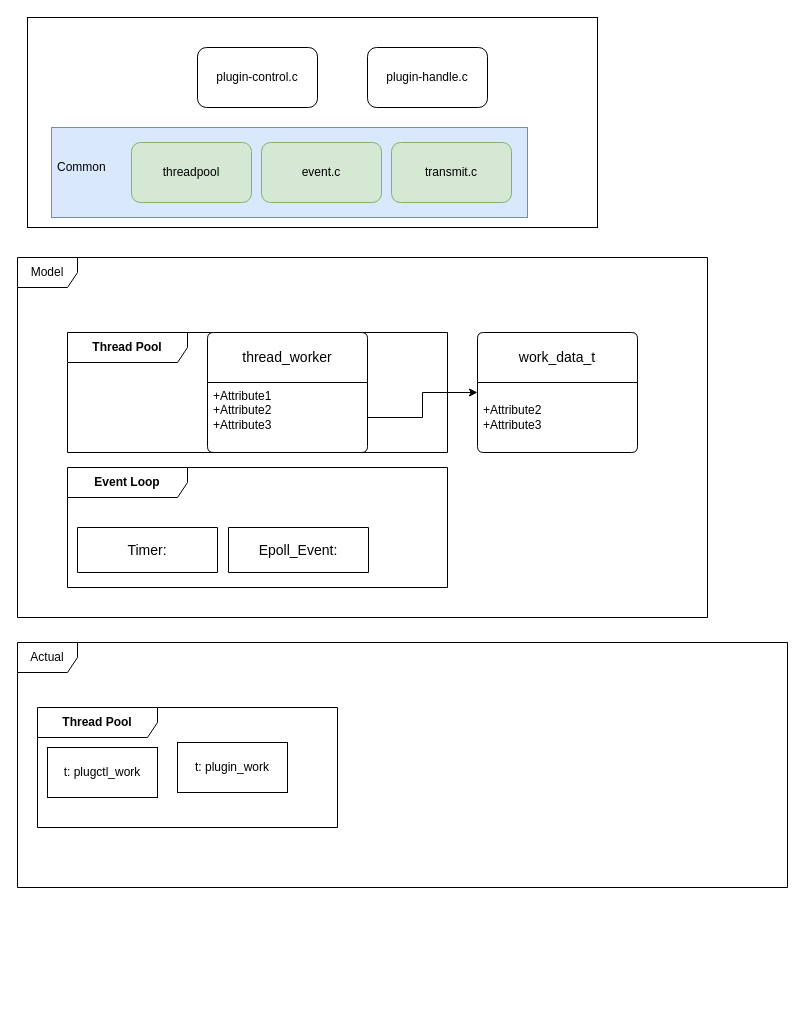
Above: page "frame" (3 of 3) of gw-mtk/mobile_manager.drawio in waterwatermelon/graph (draw.io), before the change. Source tidied: cells renumbered, new cells numbered last; positions are measured from the earlier drawing's top-left corner, leaving out a move shared by most shapes. Both pictures are drawn from the tidied source at 100%, with x=0, y=0 at pixel (17, 17).
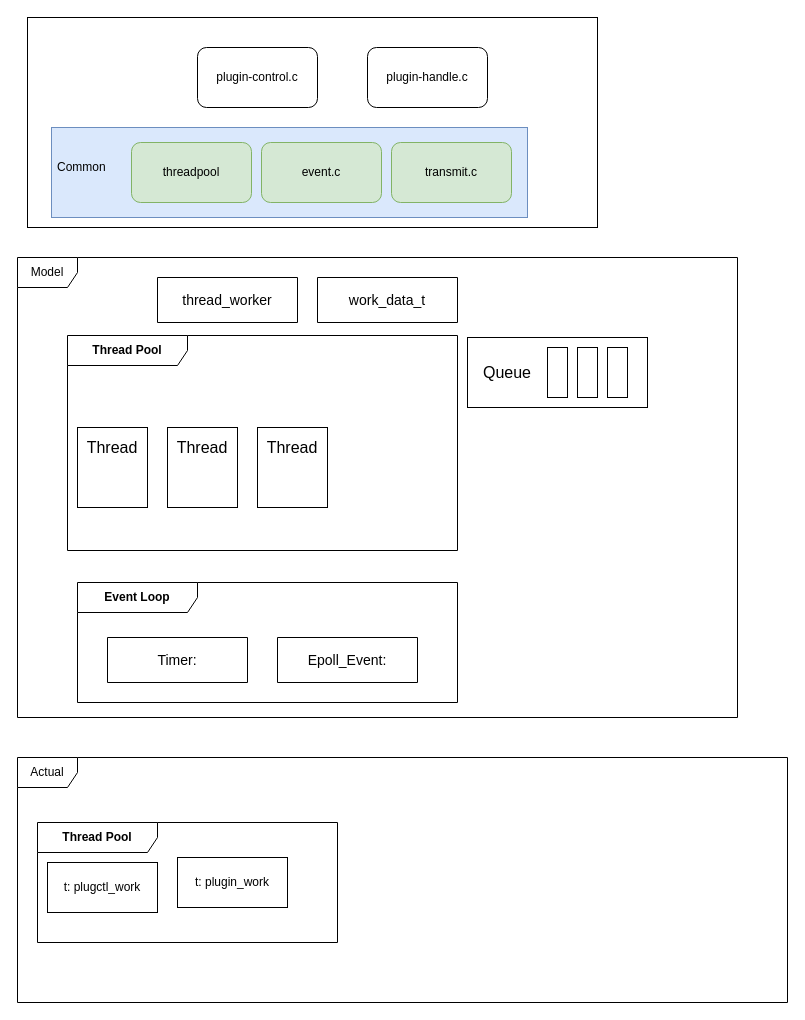
Above is the later version.

What changed in the source:
```diff
@@
     <mxCell id="2" value="&lt;font style=&quot;font-size: 12px;&quot;&gt;&lt;b&gt;Thread Pool&lt;/b&gt;&lt;/font&gt;" style="shape=umlFrame;whiteSpace=wrap;html=1;width=120;height=30;" parent="1" vertex="1">
-      <mxGeometry x="50" y="315" width="380" height="120" as="geometry" />
+      <mxGeometry x="50" y="318" width="390" height="215" as="geometry" />
     </mxCell>
-    <mxCell id="3" value="thread_worker" style="swimlane;horizontal=1;startSize=50;rounded=1;fontSize=14;fontStyle=0;strokeWidth=1;shadow=0;dashed=0;align=center;arcSize=4;whiteSpace=wrap;html=1;" parent="1" vertex="1">
-      <mxGeometry x="190" y="315" width="160" height="120" as="geometry" />
+    <mxCell id="3" value="thread_worker" style="swimlane;horizontal=1;startSize=50;rounded=1;fontSize=14;fontStyle=0;strokeWidth=1;shadow=0;dashed=0;align=center;arcSize=4;whiteSpace=wrap;html=1;" parent="1" vertex="1" collapsed="1">
+      <mxGeometry x="140" y="260" width="140" height="45" as="geometry" />
     </mxCell>
-    <mxCell id="4" value="+Attribute1&#10;+Attribute2&#10;+Attribute3" style="align=left;strokeColor=none;fillColor=none;spacingLeft=4;fontSize=12;verticalAlign=top;html=1;" parent="3" vertex="1">
-      <mxGeometry y="50" width="160" height="70" as="geometry" />
-    </mxCell>
@@
-    <mxCell id="14" value="work_data_t" style="swimlane;horizontal=1;startSize=50;rounded=1;fontSize=14;fontStyle=0;strokeWidth=1;shadow=0;dashed=0;align=center;arcSize=4;whiteSpace=wrap;html=1;" parent="1" vertex="1">
-      <mxGeometry x="460" y="315" width="160" height="120" as="geometry" />
+    <mxCell id="14" value="work_data_t" style="swimlane;horizontal=1;startSize=50;rounded=1;fontSize=14;fontStyle=0;strokeWidth=1;shadow=0;dashed=0;align=center;arcSize=4;whiteSpace=wrap;html=1;" parent="1" vertex="1" collapsed="1">
+      <mxGeometry x="300" y="260" width="140" height="45" as="geometry" />
     </mxCell>
-    <mxCell id="15" value="&lt;br&gt;+Attribute2&lt;br&gt;+Attribute3" style="align=left;strokeColor=none;fillColor=none;spacingLeft=4;fontSize=12;verticalAlign=top;html=1;" parent="14" vertex="1">
-      <mxGeometry y="50" width="160" height="70" as="geometry" />
-    </mxCell>
     <mxCell id="16" value="Model" style="shape=umlFrame;whiteSpace=wrap;html=1;" parent="1" vertex="1">
-      <mxGeometry y="240" width="690" height="360" as="geometry" />
+      <mxGeometry y="240" width="720" height="460" as="geometry" />
     </mxCell>
     <mxCell id="17" value="&lt;font style=&quot;font-size: 12px;&quot;&gt;&lt;b&gt;Event Loop&lt;/b&gt;&lt;/font&gt;" style="shape=umlFrame;whiteSpace=wrap;html=1;width=120;height=30;" parent="1" vertex="1">
-      <mxGeometry x="50" y="450" width="380" height="120" as="geometry" />
+      <mxGeometry x="60" y="565" width="380" height="120" as="geometry" />
     </mxCell>
     <mxCell id="18" value="Timer:" style="swimlane;horizontal=1;startSize=50;rounded=1;fontSize=14;fontStyle=0;strokeWidth=1;shadow=0;dashed=0;align=center;arcSize=4;whiteSpace=wrap;html=1;" parent="1" vertex="1" collapsed="1">
-      <mxGeometry x="60" y="510" width="140" height="45" as="geometry" />
+      <mxGeometry x="90" y="620" width="140" height="45" as="geometry" />
     </mxCell>
     <mxCell id="19" value="Epoll_Event:" style="swimlane;horizontal=1;startSize=50;rounded=1;fontSize=14;fontStyle=0;strokeWidth=1;shadow=0;dashed=0;align=center;arcSize=4;whiteSpace=wrap;html=1;" parent="1" vertex="1" collapsed="1">
-      <mxGeometry x="211" y="510" width="140" height="45" as="geometry" />
+      <mxGeometry x="260" y="620" width="140" height="45" as="geometry" />
     </mxCell>
-    <mxCell id="20" style="edgeStyle=orthogonalEdgeStyle;rounded=0;jettySize=auto;html=1;exitX=1;exitY=0.5;exitDx=0;exitDy=0;" parent="1" edge="1" source="4" target="14">
-      <mxGeometry relative="1" as="geometry" />
-    </mxCell>
     <mxCell id="21" value="&lt;font style=&quot;font-size: 12px;&quot;&gt;&lt;b&gt;Thread Pool&lt;/b&gt;&lt;/font&gt;" style="shape=umlFrame;whiteSpace=wrap;html=1;width=120;height=30;" parent="1" vertex="1">
-      <mxGeometry x="20" y="690" width="300" height="120" as="geometry" />
+      <mxGeometry x="20" y="805" width="300" height="120" as="geometry" />
     </mxCell>
     <mxCell id="22" value="t:&amp;nbsp;plugctl_work" style="html=1;whiteSpace=wrap;" parent="1" vertex="1">
-      <mxGeometry x="30" y="730" width="110" height="50" as="geometry" />
+      <mxGeometry x="30" y="845" width="110" height="50" as="geometry" />
     </mxCell>
     <mxCell id="23" value="t:&amp;nbsp;plugin_work" style="html=1;whiteSpace=wrap;" parent="1" vertex="1">
-      <mxGeometry x="160" y="725" width="110" height="50" as="geometry" />
+      <mxGeometry x="160" y="840" width="110" height="50" as="geometry" />
     </mxCell>
     <mxCell id="24" value="Actual" style="shape=umlFrame;whiteSpace=wrap;html=1;" parent="1" vertex="1">
-      <mxGeometry y="625" width="770" height="245" as="geometry" />
+      <mxGeometry y="740" width="770" height="245" as="geometry" />
     </mxCell>
+    <mxCell id="25" style="group;" parent="1" vertex="1">
+      <mxGeometry x="450" y="320" width="180" height="70" as="geometry" />
+    </mxCell>
+    <mxCell id="26" style="rounded=0;whiteSpace=wrap;html=1;fontSize=16;" parent="25" vertex="1">
+      <mxGeometry width="180" height="70" as="geometry" />
+    </mxCell>
+    <mxCell id="27" value="Queue" style="text;html=1;strokeColor=none;fillColor=none;align=center;verticalAlign=middle;whiteSpace=wrap;rounded=0;fontSize=16;" parent="25" vertex="1">
+      <mxGeometry x="10" y="20" width="60" height="30" as="geometry" />
+    </mxCell>
+    <mxCell id="28" style="rounded=0;whiteSpace=wrap;html=1;fontSize=16;" parent="25" vertex="1">
+      <mxGeometry x="80" y="10" width="20" height="50" as="geometry" />
+    </mxCell>
+    <mxCell id="29" style="rounded=0;whiteSpace=wrap;html=1;fontSize=16;" parent="25" vertex="1">
+      <mxGeometry x="110" y="10" width="20" height="50" as="geometry" />
+    </mxCell>
+    <mxCell id="30" style="rounded=0;whiteSpace=wrap;html=1;fontSize=16;" parent="25" vertex="1">
+      <mxGeometry x="140" y="10" width="20" height="50" as="geometry" />
+    </mxCell>
+    <mxCell id="31" style="group;" parent="1" vertex="1">
+      <mxGeometry x="60" y="410" width="70" height="80" as="geometry" />
+    </mxCell>
+    <mxCell id="32" style="rounded=0;whiteSpace=wrap;html=1;fontSize=16;align=center;" parent="31" vertex="1">
+      <mxGeometry width="70" height="80" as="geometry" />
+    </mxCell>
+    <mxCell id="33" value="Thread" style="text;html=1;strokeColor=none;fillColor=none;align=center;verticalAlign=middle;whiteSpace=wrap;rounded=0;fontSize=16;" parent="31" vertex="1">
+      <mxGeometry x="5" y="5" width="60" height="30" as="geometry" />
+    </mxCell>
+    <mxCell id="34" style="group;" parent="1" vertex="1">
+      <mxGeometry x="150" y="410" width="70" height="80" as="geometry" />
+    </mxCell>
+    <mxCell id="35" style="rounded=0;whiteSpace=wrap;html=1;fontSize=16;align=center;" parent="34" vertex="1">
+      <mxGeometry width="70" height="80" as="geometry" />
+    </mxCell>
+    <mxCell id="36" value="Thread" style="text;html=1;strokeColor=none;fillColor=none;align=center;verticalAlign=middle;whiteSpace=wrap;rounded=0;fontSize=16;" parent="34" vertex="1">
+      <mxGeometry x="5" y="5" width="60" height="30" as="geometry" />
+    </mxCell>
+    <mxCell id="37" style="group;" parent="1" vertex="1">
+      <mxGeometry x="240" y="410" width="70" height="80" as="geometry" />
+    </mxCell>
+    <mxCell id="38" style="rounded=0;whiteSpace=wrap;html=1;fontSize=16;align=center;" parent="37" vertex="1">
+      <mxGeometry width="70" height="80" as="geometry" />
+    </mxCell>
+    <mxCell id="39" value="Thread" style="text;html=1;strokeColor=none;fillColor=none;align=center;verticalAlign=middle;whiteSpace=wrap;rounded=0;fontSize=16;" parent="37" vertex="1">
+      <mxGeometry x="5" y="5" width="60" height="30" as="geometry" />
+    </mxCell>
```
